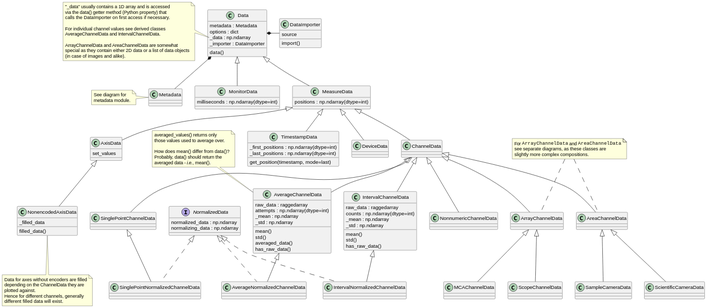
This is docs/uml/evedata.evefile.data.svg from tillbiskup/evedata, a PlantUML export, as it was before one commit.
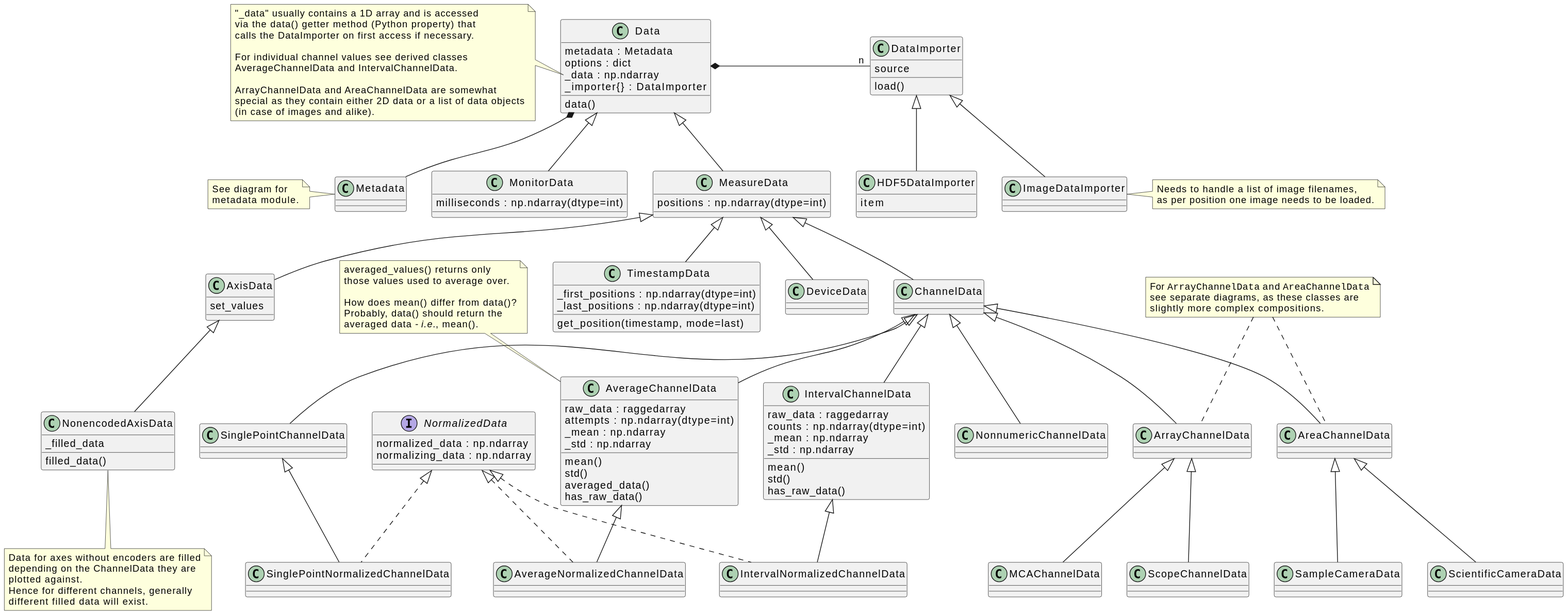
The same diagram one commit later.

Commit message:
Add DataImporter classes; EveH5.get_items() method

What changed in the source:
```diff
@@ -4,7 +4,7 @@
     metadata : Metadata
     options : dict
     _data : np.ndarray
-    _importer : DataImporter
+    _importer{} : DataImporter
     data()
 }
 note left of Data::_data
@@ -22,14 +22,27 @@
 
 class DataImporter {
     source
-    import()
+    load()
 }
+
+class HDF5DataImporter extends DataImporter {
+    item
+}
+
+class ImageDataImporter extends DataImporter
+
+note right of ImageDataImporter
+    Needs to handle a list of image filenames,
+    as per position one image needs to be loaded.
+end note
+
+HDF5DataImporter -[hidden]> ImageDataImporter
 
 class Metadata {
 }
 note left: See diagram for\nmetadata module.
 
-Data *- DataImporter
+Data *- "n" DataImporter
 Data *-- Metadata
 
 class MeasureData extends Data {
```
